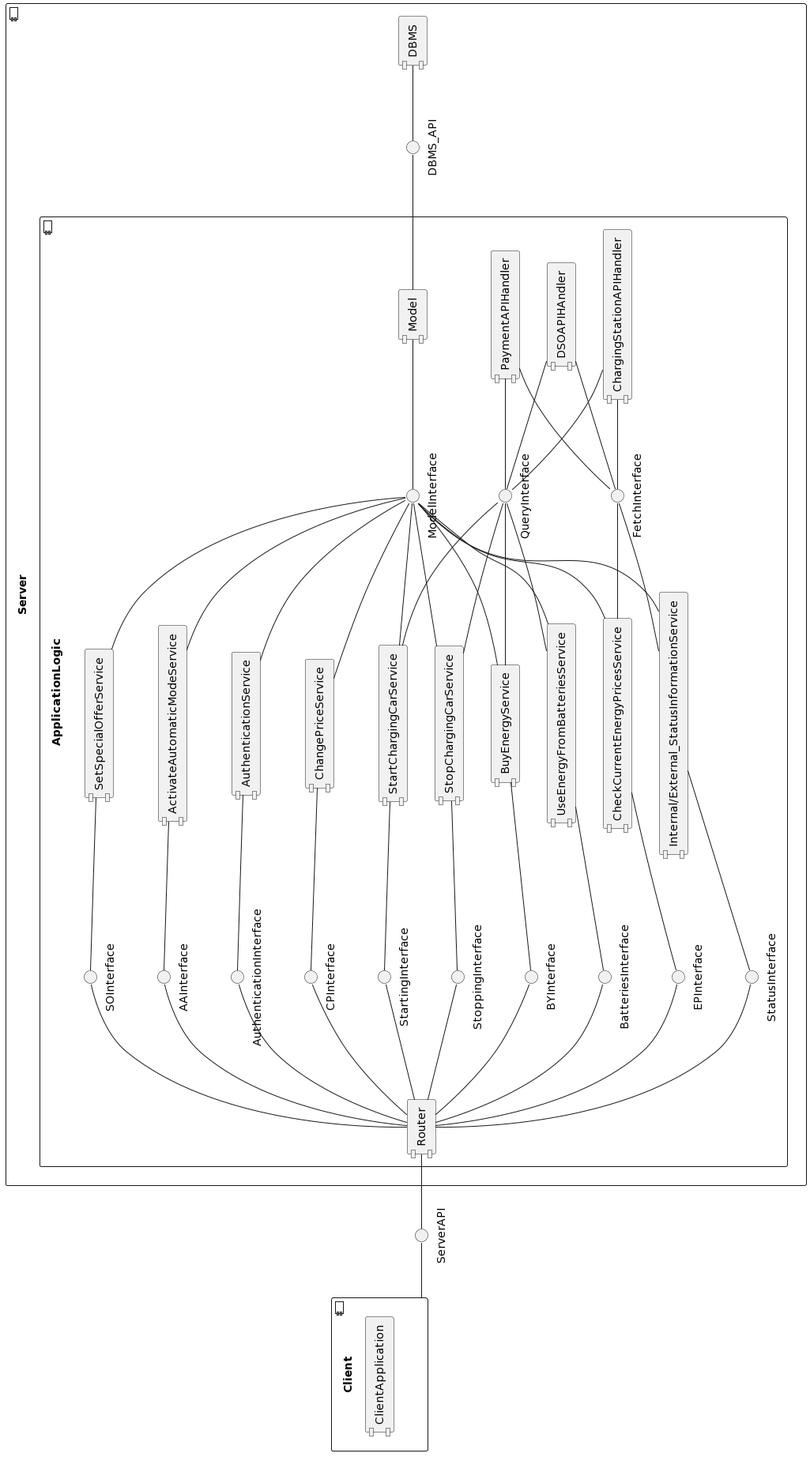
This is DD/ComponentView_CPMS.png from febagni/AzankBagniWolff, a PlantUML export, as it was before one commit.
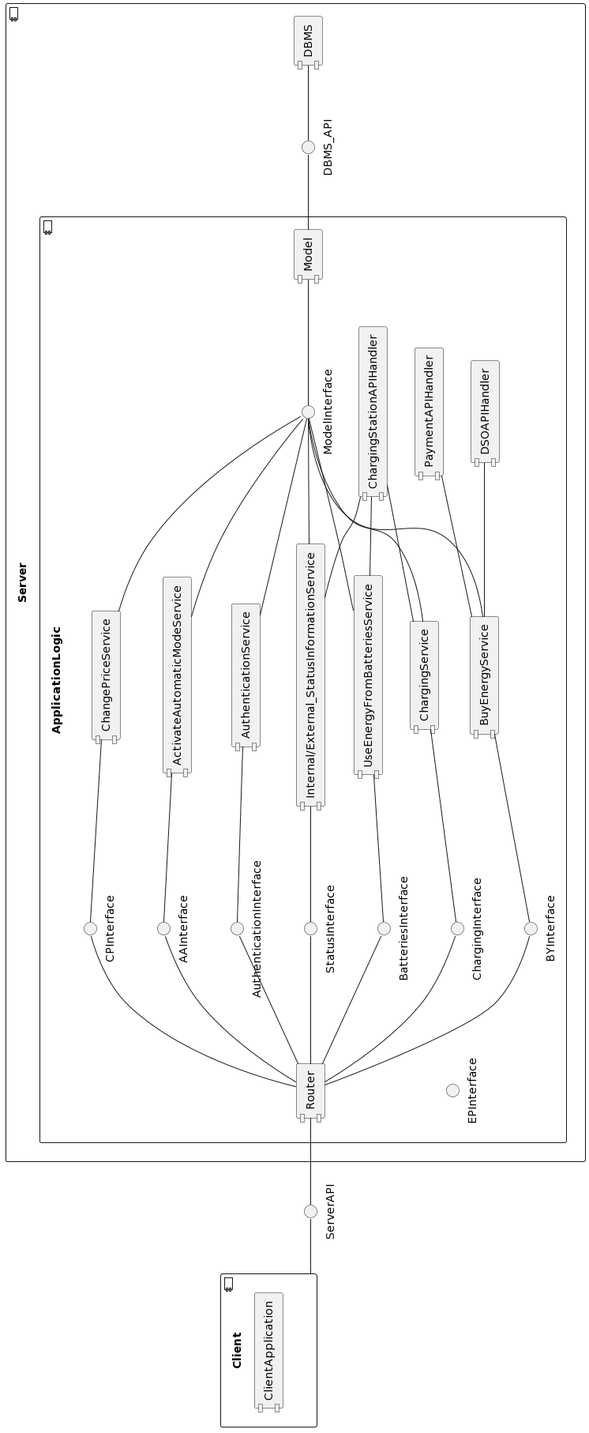
After the commit.

Change to the diagram source:
```diff
@@ -17,32 +17,27 @@
 component "AuthenticationService"
 component "Model"
 component "ChangePriceService"
-component "SetSpecialOfferService"
 component "ActivateAutomaticModeService"
-component "CheckCurrentEnergyPricesService"
 component "BuyEnergyService"
 component "Internal/External_StatusInformationService"
 component "UseEnergyFromBatteriesService"
-component "StartChargingCarService"
-component "StopChargingCarService"
+component "ChargingService"
+
+together {
 component "PaymentAPIHandler"
 component "ChargingStationAPIHandler"
-component "DSOAPIHAndler"
-
+component "DSOAPIHandler"
+}
 
 () "AuthenticationInterface"
 () "ModelInterface"
-() "FetchInterface"
-() "QueryInterface"
 ()"CPInterface"
-()"SOInterface"
 ()"AAInterface"
 ()"EPInterface"
 ()"BYInterface"
 ()"StatusInterface"
 ()"BatteriesInterface"
-()"StartingInterface"
-()"StoppingInterface"
+()"ChargingInterface"
 
   }
 component "DBMS" as DB {
@@ -61,47 +56,30 @@
 "DBMS_API" -- DB
 
 "ChangePriceService" -up- "CPInterface"
-"SetSpecialOfferService" -up- "SOInterface"
 "ActivateAutomaticModeService" -up- "AAInterface"
-"CheckCurrentEnergyPricesService" -up- "EPInterface"
 "BuyEnergyService" -up- "BYInterface"
 "Internal/External_StatusInformationService" -up- "StatusInterface"
 "UseEnergyFromBatteriesService" -up- "BatteriesInterface"
-"StartChargingCarService" -up- "StartingInterface"
-"StopChargingCarService" -up- "StoppingInterface"
+"ChargingService" -up- "ChargingInterface"
 
 R -down- "CPInterface"
-R -down- "SOInterface"
 R -down- "AAInterface"
-R -down- "EPInterface"
 R -down- "BYInterface"
 R -down- "StatusInterface"
 R -down- "BatteriesInterface"
-R -down- "StartingInterface"
-R -down- "StoppingInterface"
+R -down- "ChargingInterface"
 
 "ChangePriceService" -- "ModelInterface"
-"SetSpecialOfferService" -- "ModelInterface"
 "ActivateAutomaticModeService" -- "ModelInterface"
-"CheckCurrentEnergyPricesService" -- "ModelInterface"
 "BuyEnergyService" -- "ModelInterface"
 "Internal/External_StatusInformationService" -- "ModelInterface"
 "UseEnergyFromBatteriesService" -- "ModelInterface"
-"StartChargingCarService" -- "ModelInterface"
-"StopChargingCarService" -- "ModelInterface"
+"ChargingService" -- "ModelInterface"
 
-"FetchInterface" -- "PaymentAPIHandler"
-"FetchInterface" --"ChargingStationAPIHandler"
-"FetchInterface" --"DSOAPIHAndler"
 
-"QueryInterface" -- "PaymentAPIHandler"
-"QueryInterface" --"ChargingStationAPIHandler"
-"QueryInterface" --"DSOAPIHAndler"
-
-"BuyEnergyService" -- "QueryInterface"
-"CheckCurrentEnergyPricesService" -- "FetchInterface"
-"Internal/External_StatusInformationService" -- "FetchInterface"
-"UseEnergyFromBatteriesService" -- "QueryInterface"
-"StartChargingCarService" -- "QueryInterface"
-"StopChargingCarService" -- "QueryInterface"
+"BuyEnergyService" -- "DSOAPIHandler"
+"BuyEnergyService" -- "PaymentAPIHandler"
+"Internal/External_StatusInformationService" -- "ChargingStationAPIHandler"
+"UseEnergyFromBatteriesService" -- "ChargingStationAPIHandler"
+"ChargingService" -- "ChargingStationAPIHandler"
 @enduml
```
